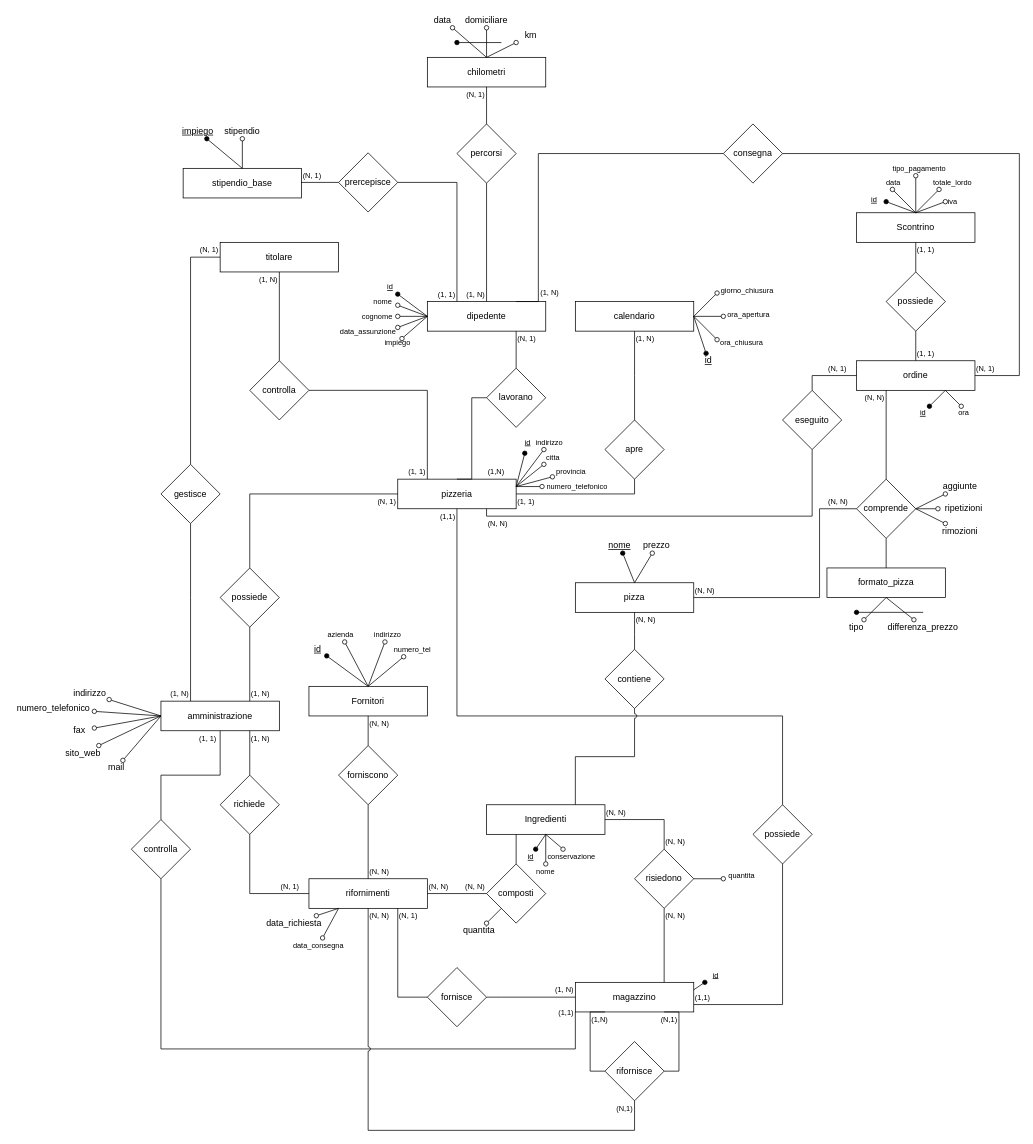
NicholasPilotto/PaduPizza keeps this draw.io diagram as Draw/PaduPizzaER-ristrutturato.drawio. Above is the earlier version. Source tidied: cells renumbered, new cells numbered last; positions are measured from the earlier drawing's top-left corner, leaving out a move shared by most shapes. Both pictures are drawn from the tidied source at 74%, with x=0, y=0 at pixel (13, 13).
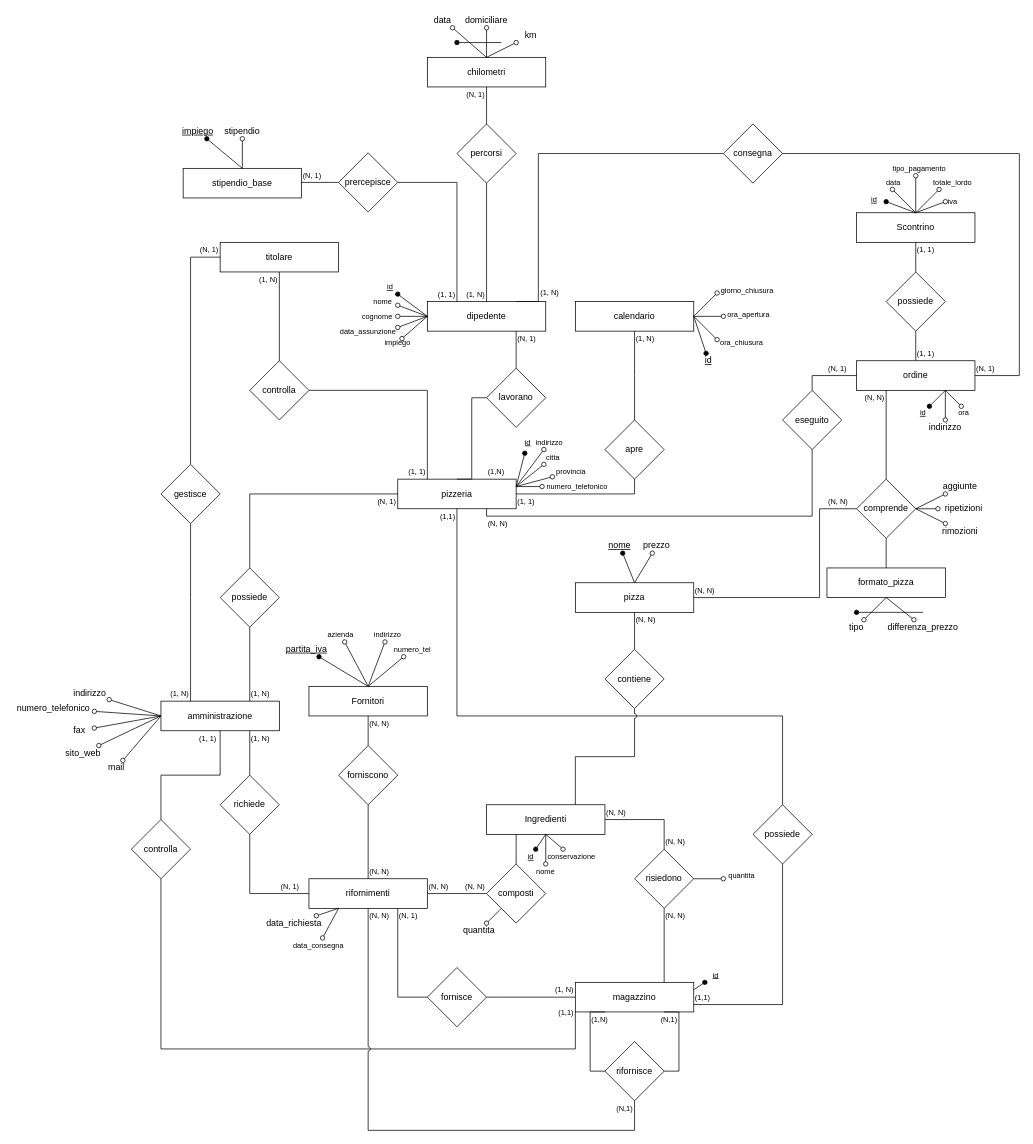
Above is the later version.

Commit message:
Piccole migliorie

The change refers to these unchanged cells:
```xml
<mxCell id="13" value="ordine" style="whiteSpace=wrap;html=1;align=center;comic=0;noLabel=0;portConstraintRotation=0;rounded=0;glass=0;sketch=0;shadow=0;" parent="1" vertex="1">
  <mxGeometry x="1140" y="470" width="160" height="40" as="geometry" />
</mxCell>
```

What changed in the source:
```diff
@@
-    <mxCell id="203" value="&lt;u&gt;id&lt;/u&gt;" style="text;html=1;strokeColor=none;fillColor=none;align=center;verticalAlign=middle;whiteSpace=wrap;rounded=0;" parent="1" vertex="1">
-      <mxGeometry x="400" y="850" width="24" height="20" as="geometry" />
+    <mxCell id="203" value="&lt;u&gt;partita_iva&lt;/u&gt;" style="text;html=1;strokeColor=none;fillColor=none;align=center;verticalAlign=middle;whiteSpace=wrap;rounded=0;" parent="1" vertex="1">
+      <mxGeometry x="370" y="850" width="54" height="20" as="geometry" />
     </mxCell>
@@
+    <mxCell id="224" style="endArrow=oval;html=1;endFill=0;exitX=0.75;exitY=1;exitDx=0;exitDy=0;" parent="1" edge="1" source="13" target="225">
+      <mxGeometry relative="1" as="geometry" />
+    </mxCell>
+    <mxCell id="225" value="indirizzo" style="text;html=1;strokeColor=none;fillColor=none;align=center;verticalAlign=middle;whiteSpace=wrap;rounded=0;" parent="1" vertex="1">
+      <mxGeometry x="1240" y="550" width="40" height="20" as="geometry" />
+    </mxCell>
```
